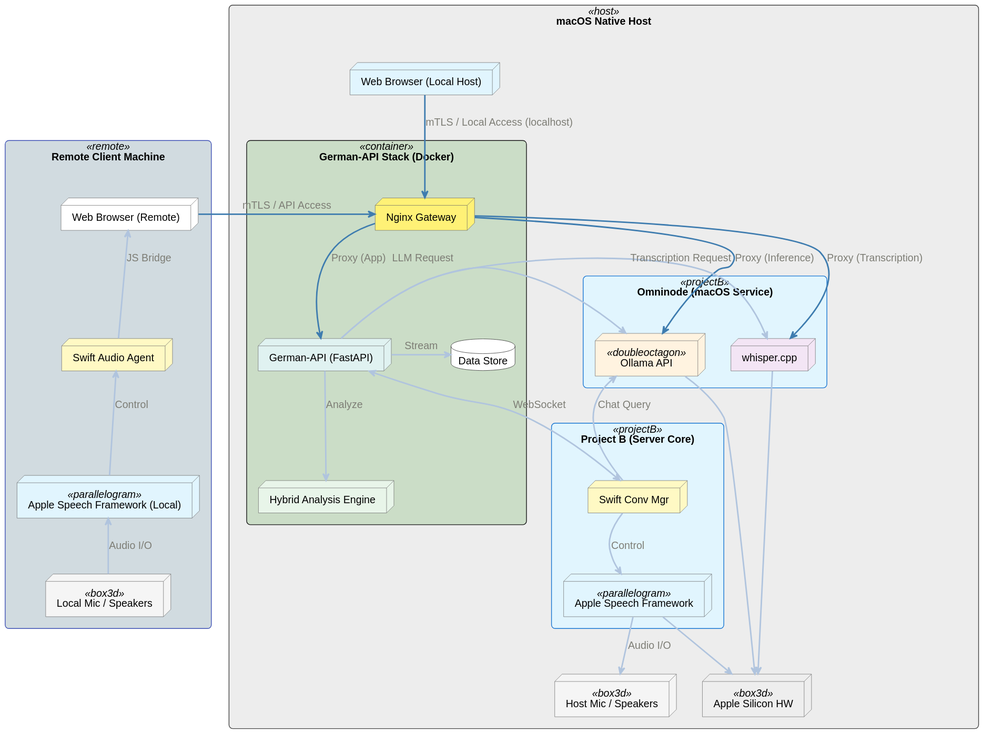
mi-parkes/visualization keeps this PlantUML diagram as plantuml/OmniLingua.svg. Above is the earlier version.
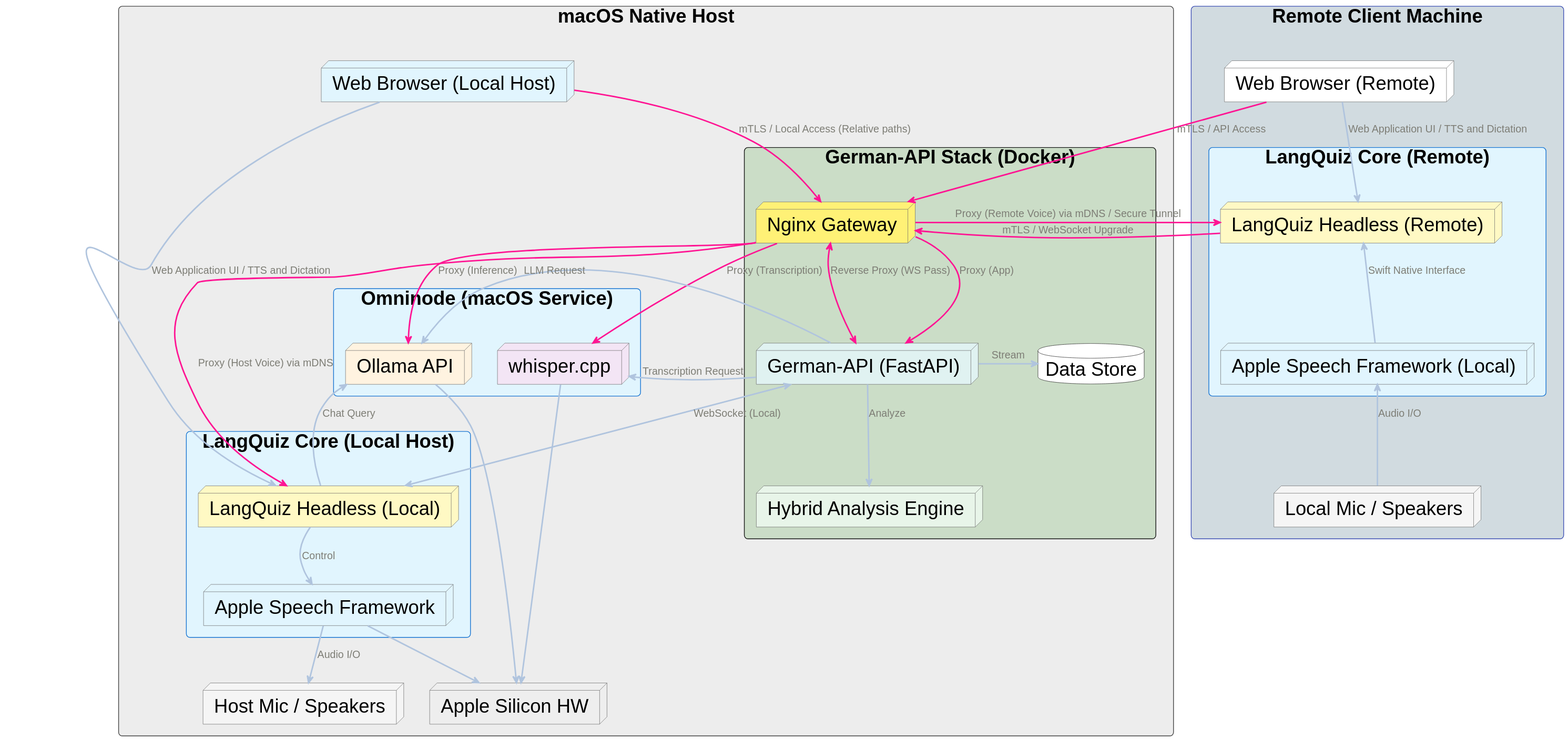
The same file after the commit.

Commit message:
docs: refine OmniLingua diagram with mTLS Nginx Gateway setup

Diff of the diagram source:
```diff
@@ -3,13 +3,16 @@
 
 !$icolor = "#LightSteelBlue"
 
+hide stereotypes
+
 skinparam backgroundcolor transparent
 skinparam shadowing false
 skinparam roundCorner 10
 skinparam DefaultFontName Helvetica
+skinparam DefaultFontSize 26
 
 skinparam arrow {
-    Color #3e7caf
+    Color #DeepPink
     Thickness 2
     FontColor #7d7d75
     FontSize 14
@@ -18,15 +21,15 @@
 
 !define LINE_COLOR #444444
 !define CLUSTER_HOST #F2F2F2
-!define CLUSTER_PROJ_B #E1F5FE
+!define CLUSTER_LANGQUIZ #E1F5FE
 !define CLUSTER_NGINX #FFF9C4
 !define CLUSTER_REMOTE #E8EAF6
 
 skinparam rectangle {
     BackgroundColor<<host>> CLUSTER_HOST
     BorderColor<<host>> LINE_COLOR
-    BackgroundColor<<projectB>> CLUSTER_PROJ_B
-    BorderColor<<projectB>> #1976D2
+    BackgroundColor<<langquiz>> CLUSTER_LANGQUIZ
+    BorderColor<<langquiz>> #1976D2
     BackgroundColor<<remote>> CLUSTER_REMOTE
     BorderColor<<remote>> #3F51B5
     BackgroundColor<<nginx>> CLUSTER_NGINX
@@ -40,13 +43,17 @@
 
 rectangle "Remote Client Machine" <<remote>> #d1dbe0 {
     node "Web Browser (Remote)" as RemoteClient #FFFFFF
-    node "Swift Audio Agent" as ClientAgent #FFF9C4
-    node "Apple Speech Framework (Local)" as ClientSpeech <<parallelogram>> #E1F5FE
+
+    rectangle "LangQuiz Core (Remote)" <<langquiz>> {
+        node "LangQuiz Headless (Remote)" as LangQuiz_Remote #FFF9C4
+        node "Apple Speech Framework (Local)" as ClientSpeech <<parallelogram>> #E1F5FE
+    }
+
     node "Local Mic / Speakers" as ClientHW <<box3d>> #F5F5F5
 
     ClientHW -up[$icolor]-> ClientSpeech : Audio I/O
-    ClientSpeech -up[$icolor]-> ClientAgent : Control
-    ClientAgent -up[$icolor]-> RemoteClient : JS Bridge
+    ClientSpeech -up[$icolor]-> LangQuiz_Remote : Swift Native Interface
+    RemoteClient -down[$icolor]-> LangQuiz_Remote : Web Application UI / TTS and Dictation
 }
 
 rectangle "macOS Native Host" <<host>> #ededed {
@@ -62,13 +69,13 @@
         Nginx -down-> GermanAPI : Proxy (App)
     }
 
-    rectangle "Omninode (macOS Service)" <<projectB>> {
+    rectangle "Omninode (macOS Service)" <<langquiz>> {
         node "Ollama API" as Ollama <<doubleoctagon>> #FFF3E0
         node "whisper.cpp" as Whisper #F3E5F5
     }
 
-    rectangle "Project B (Server Core)" <<projectB>> {
-        node "Swift Conv Mgr" as ConvMgr #FFF9C4
+    rectangle "LangQuiz Core (Local Host)" <<langquiz>> {
+        node "LangQuiz Headless (Local)" as LangQuiz_Local #FFF9C4
         node "Apple Speech Framework" as NativeAudio <<parallelogram>> #E1F5FE
     }
 
@@ -78,19 +85,27 @@
 
 
 RemoteClient -right-> Nginx : mTLS / API Access
-LocalBrowser -down-> Nginx : mTLS / Local Access (localhost)
+LocalBrowser -down-> Nginx : mTLS / Local Access (Relative paths)
 
 Nginx -right-> Whisper : Proxy (Transcription)
 Nginx -right-> Ollama : Proxy (Inference)
 
+Nginx -down-> LangQuiz_Local : Proxy (Host Voice) via mDNS
+Nginx -left-> LangQuiz_Remote : Proxy (Remote Voice) via mDNS / Secure Tunnel
+
+LocalBrowser -down[$icolor]-> LangQuiz_Local : Web Application UI / TTS and Dictation
+
 GermanAPI -down[$icolor]-> HybridEngine : Analyze
 GermanAPI -right[$icolor]-> Assets : Stream
 NativeAudio -down[$icolor]-> HostAudioIO : Audio I/O
-ConvMgr -down[$icolor]-> NativeAudio : Control
-ConvMgr -up[$icolor]-> Ollama : Chat Query
+LangQuiz_Local -down[$icolor]-> NativeAudio : Control
+LangQuiz_Local -up[$icolor]-> Ollama : Chat Query
 GermanAPI -right[$icolor]-> Ollama : LLM Request
 GermanAPI -right[$icolor]-> Whisper : Transcription Request
-GermanAPI <-[$icolor]> ConvMgr : WebSocket
+
+GermanAPI <-[$icolor]> LangQuiz_Local : WebSocket (Local)
+LangQuiz_Remote -right-> Nginx : mTLS / WebSocket Upgrade
+Nginx <-> GermanAPI : Reverse Proxy (WS Pass)
 
 NativeAudio -down[$icolor]-> HW
 Whisper -down[$icolor]-> HW
```
